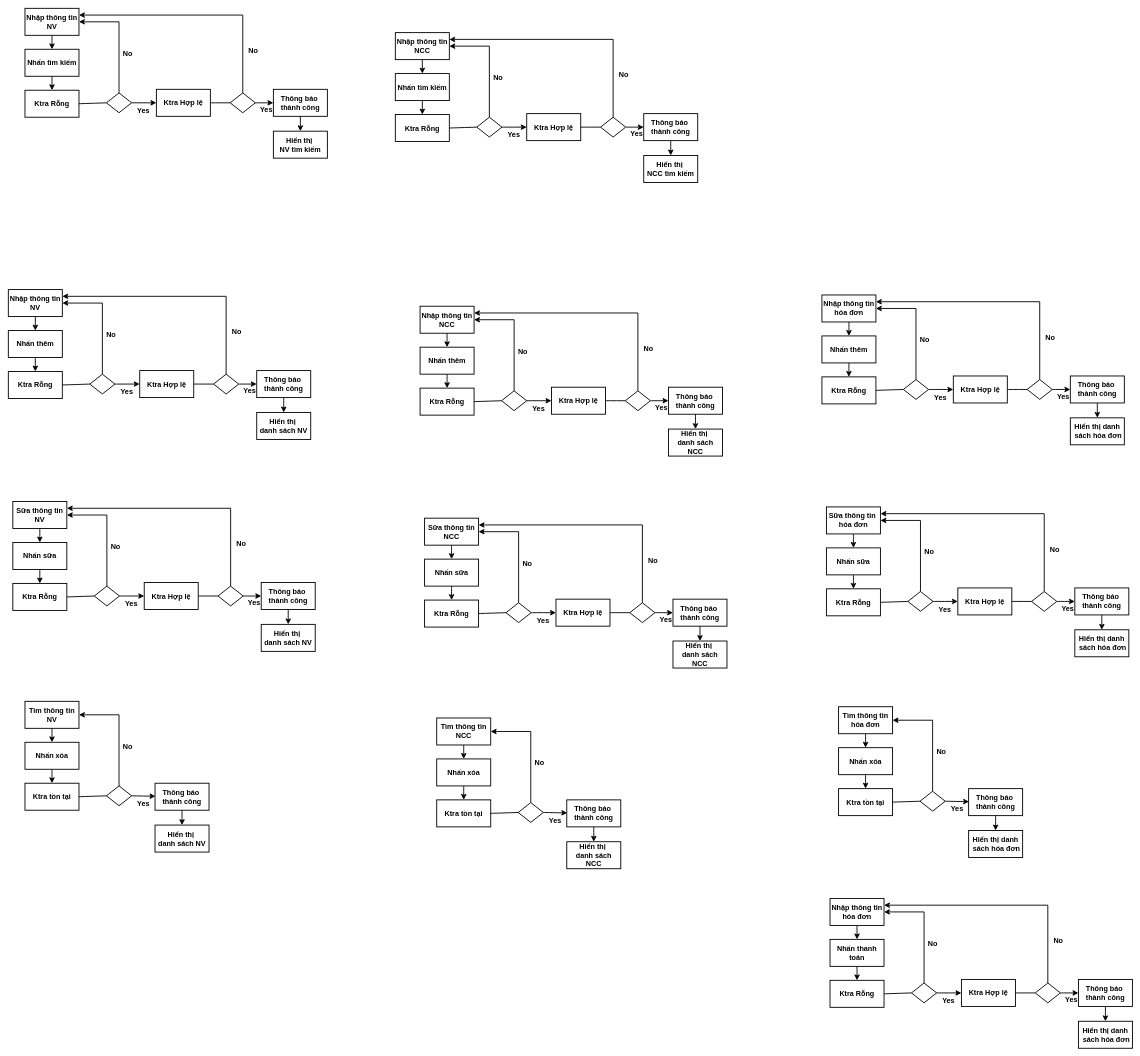
The draw.io diagram page "Chuong2" (6 of 6) of C6SODO.drawio in nguyenngocnghia112k/DOANCN, before the edit. Source tidied: cells renumbered, new cells numbered last; positions are measured from the earlier drawing's top-left corner, leaving out a move shared by most shapes. Both pictures are drawn from the tidied source at 45%, with x=0, y=0 at pixel (8, 8).
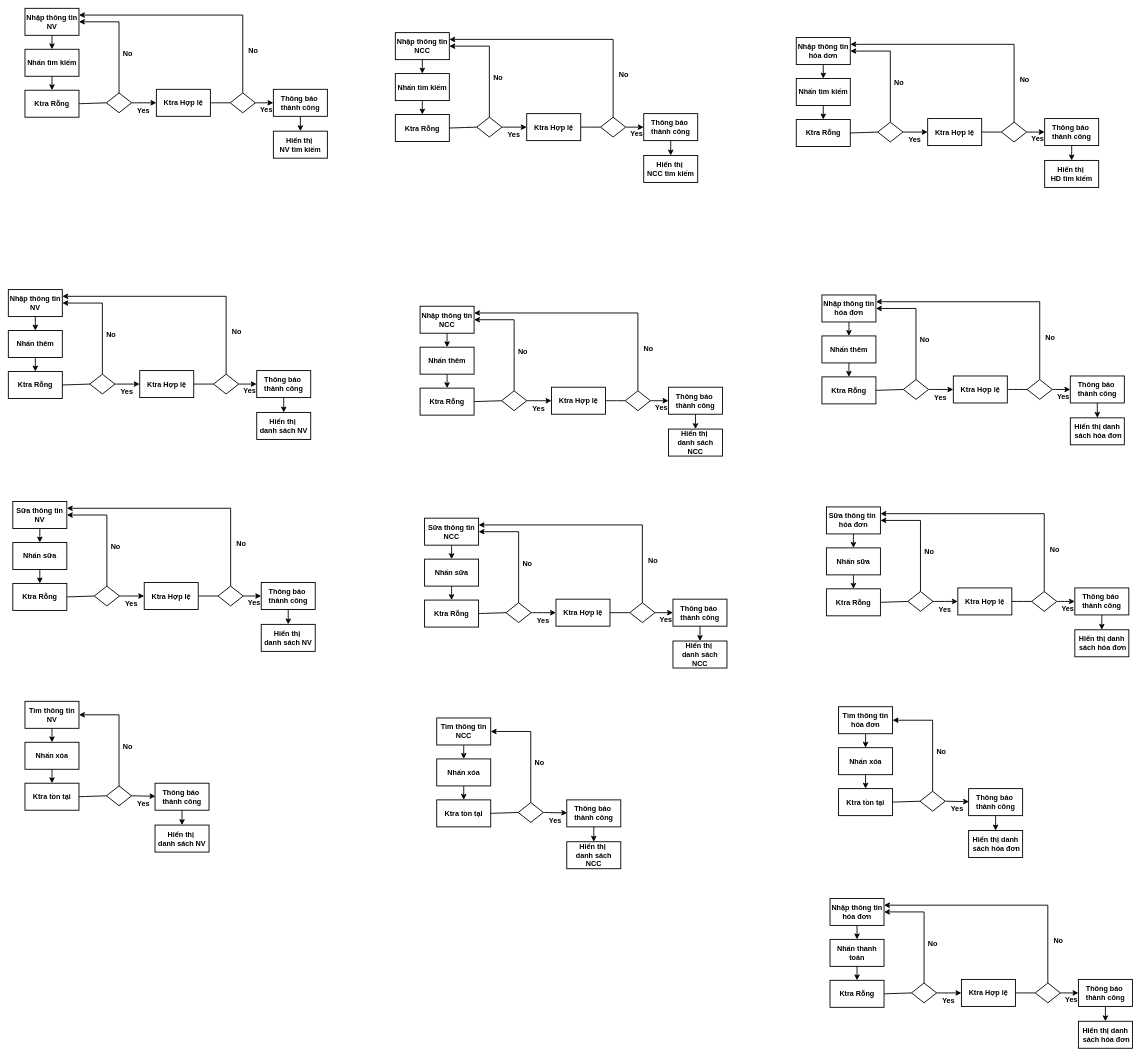
The same page after the edit.

Commit message:
Cập nhật C6SODO.drawio

Diff of the diagram source:
```diff
@@
+    <mxCell id="233" value="Nhập thông tin hóa dơn" style="rounded=0;whiteSpace=wrap;html=1;fontSize=16;fontStyle=1;strokeWidth=2;" parent="1" vertex="1">
+      <mxGeometry x="1751" y="65" width="120" height="60" as="geometry" />
+    </mxCell>
+    <mxCell id="234" value="Nhấn tìm kiếm" style="rounded=0;whiteSpace=wrap;html=1;fontSize=16;fontStyle=1;strokeWidth=2;" parent="1" vertex="1">
+      <mxGeometry x="1751" y="156" width="120" height="60" as="geometry" />
+    </mxCell>
+    <mxCell id="235" value="Ktra Rỗng" style="rounded=0;whiteSpace=wrap;html=1;fontSize=16;fontStyle=1;strokeWidth=2;" parent="1" vertex="1">
+      <mxGeometry x="1751" y="247" width="120" height="60" as="geometry" />
+    </mxCell>
+    <mxCell id="236" style="rhombus;whiteSpace=wrap;html=1;fontSize=16;fontStyle=1;strokeWidth=2;" parent="1" vertex="1">
+      <mxGeometry x="1932" y="253" width="56" height="44" as="geometry" />
+    </mxCell>
+    <mxCell id="237" style="endArrow=classic;html=1;rounded=0;fontSize=12;startSize=8;endSize=8;curved=1;entryX=0.5;entryY=0;entryDx=0;entryDy=0;exitX=0.5;exitY=1;exitDx=0;exitDy=0;fontStyle=1;strokeWidth=2;" parent="1" edge="1" source="233" target="234">
+      <mxGeometry relative="1" as="geometry" />
+    </mxCell>
+    <mxCell id="238" style="endArrow=classic;html=1;rounded=0;fontSize=12;startSize=8;endSize=8;curved=1;entryX=0.5;entryY=0;entryDx=0;entryDy=0;exitX=0.5;exitY=1;exitDx=0;exitDy=0;fontStyle=1;strokeWidth=2;" parent="1" edge="1" source="234" target="235">
+      <mxGeometry relative="1" as="geometry" />
+    </mxCell>
+    <mxCell id="239" style="endArrow=none;html=1;rounded=0;fontSize=12;startSize=8;endSize=8;curved=1;entryX=0;entryY=0.5;entryDx=0;entryDy=0;exitX=1;exitY=0.5;exitDx=0;exitDy=0;fontStyle=1;strokeWidth=2;" parent="1" edge="1" source="235" target="236">
+      <mxGeometry relative="1" as="geometry" />
+    </mxCell>
+    <mxCell id="240" style="endArrow=classic;html=1;rounded=0;fontSize=12;startSize=8;endSize=8;edgeStyle=orthogonalEdgeStyle;entryX=1;entryY=0.5;entryDx=0;entryDy=0;exitX=0.5;exitY=0;exitDx=0;exitDy=0;fontStyle=1;strokeWidth=2;" parent="1" edge="1" source="236" target="233">
+      <mxGeometry relative="1" as="geometry" />
+    </mxCell>
+    <mxCell id="241" value="Ktra Hợp lệ" style="rounded=0;whiteSpace=wrap;html=1;fontSize=16;fontStyle=1;strokeWidth=2;" parent="1" vertex="1">
+      <mxGeometry x="2043" y="245" width="120" height="60" as="geometry" />
+    </mxCell>
+    <mxCell id="242" style="endArrow=classic;html=1;rounded=0;fontSize=12;startSize=8;endSize=8;curved=1;entryX=0;entryY=0.5;entryDx=0;entryDy=0;exitX=1;exitY=0.5;exitDx=0;exitDy=0;fontStyle=1;strokeWidth=2;" parent="1" edge="1" source="236" target="241">
+      <mxGeometry relative="1" as="geometry" />
+    </mxCell>
+    <mxCell id="243" value="Yes" style="text;html=1;align=center;verticalAlign=middle;strokeColor=none;fillColor=none;fontSize=16;fontStyle=1;strokeWidth=2;" parent="1" vertex="1">
+      <mxGeometry x="1991" y="276" width="46" height="31" as="geometry" />
+    </mxCell>
+    <mxCell id="244" style="endArrow=none;html=1;rounded=0;fontSize=12;startSize=8;endSize=8;curved=1;entryX=0;entryY=0.5;entryDx=0;entryDy=0;exitX=1;exitY=0.5;exitDx=0;exitDy=0;fontStyle=1;strokeWidth=2;" parent="1" edge="1" source="241" target="248">
+      <mxGeometry relative="1" as="geometry" />
+    </mxCell>
+    <mxCell id="245" style="endArrow=classic;html=1;rounded=0;fontSize=12;startSize=8;endSize=8;edgeStyle=orthogonalEdgeStyle;entryX=1;entryY=0.25;entryDx=0;entryDy=0;exitX=0.5;exitY=0;exitDx=0;exitDy=0;fontStyle=1;strokeWidth=2;" parent="1" edge="1" source="248" target="233">
+      <mxGeometry relative="1" as="geometry" />
+    </mxCell>
+    <mxCell id="246" style="endArrow=classic;html=1;rounded=0;fontSize=12;startSize=8;endSize=8;curved=1;entryX=0;entryY=0.5;entryDx=0;entryDy=0;exitX=1;exitY=0.5;exitDx=0;exitDy=0;fontStyle=1;strokeWidth=2;" parent="1" edge="1" source="248" target="250">
+      <mxGeometry relative="1" as="geometry" />
+    </mxCell>
+    <mxCell id="247" value="No" style="text;html=1;align=center;verticalAlign=middle;strokeColor=none;fillColor=none;fontSize=16;fontStyle=1;strokeWidth=2;" parent="1" vertex="1">
+      <mxGeometry x="1959" y="149" width="39" height="31" as="geometry" />
+    </mxCell>
+    <mxCell id="248" style="rhombus;whiteSpace=wrap;html=1;fontSize=16;fontStyle=1;strokeWidth=2;" parent="1" vertex="1">
+      <mxGeometry x="2207" y="253" width="56" height="44" as="geometry" />
+    </mxCell>
+    <mxCell id="249" value="No" style="text;html=1;align=center;verticalAlign=middle;strokeColor=none;fillColor=none;fontSize=16;fontStyle=1;strokeWidth=2;" parent="1" vertex="1">
+      <mxGeometry x="2238" y="143.5" width="39" height="31" as="geometry" />
+    </mxCell>
+    <mxCell id="250" value="Thông báo&amp;nbsp;&lt;br&gt;thành công" style="rounded=0;whiteSpace=wrap;html=1;fontSize=16;fontStyle=1;strokeWidth=2;" parent="1" vertex="1">
+      <mxGeometry x="2303" y="245" width="120" height="60" as="geometry" />
+    </mxCell>
+    <mxCell id="251" value="Yes" style="text;html=1;align=center;verticalAlign=middle;strokeColor=none;fillColor=none;fontSize=16;fontStyle=1;strokeWidth=2;" parent="1" vertex="1">
+      <mxGeometry x="2264" y="274" width="46" height="31" as="geometry" />
+    </mxCell>
+    <mxCell id="252" value="Hiển thị&amp;nbsp;&lt;br&gt;HD tìm kiếm" style="rounded=0;whiteSpace=wrap;html=1;fontSize=16;fontStyle=1;strokeWidth=2;" parent="1" vertex="1">
+      <mxGeometry x="2303" y="338" width="120" height="60" as="geometry" />
+    </mxCell>
+    <mxCell id="253" style="endArrow=classic;html=1;rounded=0;fontSize=12;startSize=8;endSize=8;curved=1;entryX=0.5;entryY=0;entryDx=0;entryDy=0;exitX=0.5;exitY=1;exitDx=0;exitDy=0;fontStyle=1;strokeWidth=2;" parent="1" edge="1" source="250" target="252">
+      <mxGeometry relative="1" as="geometry" />
+    </mxCell>
```
